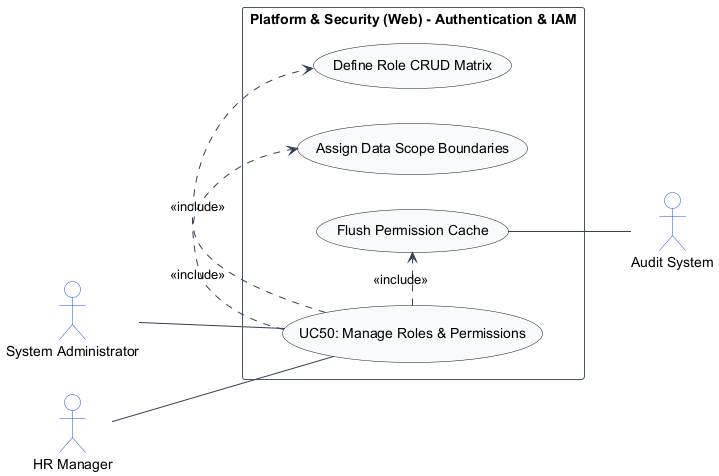
TamBui1706/HRPlatform keeps this PlantUML diagram as usecase_images/UC50.png. Above is the earlier version. Source of this version:
```plantuml
@startuml
left to right direction
skinparam shadowing false
skinparam packageStyle rectangle
skinparam actorStyle stickman

skinparam ArrowColor #334155
skinparam ActorBorderColor #1d4ed8
skinparam ActorBackgroundColor #ffffff
skinparam UsecaseBorderColor #0f172a
skinparam UsecaseBackgroundColor #f8fafc
skinparam RectangleBorderColor #475569
skinparam RectangleBackgroundColor #ffffff

actor "System Administrator" as SystemAdministrator
actor "HR Manager" as HRManager
actor "Audit System" as AuditSystem

rectangle "Platform & Security (Web) - Authentication & IAM" {
    usecase "UC50: Manage Roles & Permissions" as UC_Main
    usecase "Define Role CRUD Matrix" as UC_MatrixCRUD
    usecase "Assign Data Scope Boundaries" as UC_ScopeData
    usecase "Flush Permission Cache" as UC_FlushCache

    SystemAdministrator -- UC_Main
    HRManager -- UC_Main
    UC_Main .> UC_MatrixCRUD : <<include>>
    UC_Main .> UC_ScopeData : <<include>>
    UC_Main .> UC_FlushCache : <<include>>
    UC_FlushCache -- AuditSystem
}
@enduml
```
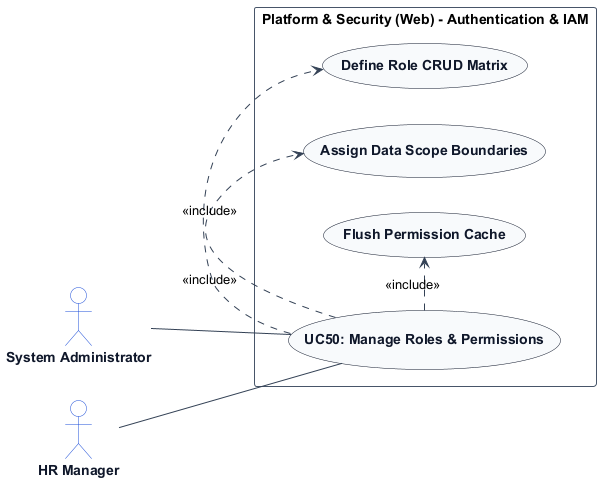
The same diagram one commit later.

What changed in the source:
```diff
@@ -7,14 +7,19 @@
 skinparam ArrowColor #334155
 skinparam ActorBorderColor #1d4ed8
 skinparam ActorBackgroundColor #ffffff
+skinparam ActorFontColor #0f172a
+skinparam ActorFontStyle bold
+
 skinparam UsecaseBorderColor #0f172a
 skinparam UsecaseBackgroundColor #f8fafc
+skinparam UsecaseFontColor #0f172a
+skinparam UsecaseFontStyle bold
+
 skinparam RectangleBorderColor #475569
 skinparam RectangleBackgroundColor #ffffff
 
 actor "System Administrator" as SystemAdministrator
 actor "HR Manager" as HRManager
-actor "Audit System" as AuditSystem
 
 rectangle "Platform & Security (Web) - Authentication & IAM" {
     usecase "UC50: Manage Roles & Permissions" as UC_Main
@@ -27,6 +32,5 @@
     UC_Main .> UC_MatrixCRUD : <<include>>
     UC_Main .> UC_ScopeData : <<include>>
     UC_Main .> UC_FlushCache : <<include>>
-    UC_FlushCache -- AuditSystem
 }
 @enduml
```
